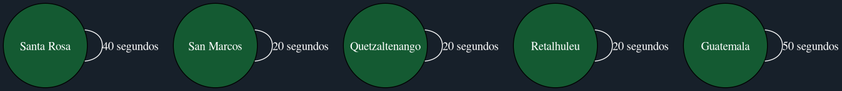
This is Rapidito/ruta_mas_larga.png from Marco131-xel/Edd_Proyecto2, a Graphviz export, as it was before one commit. Its source is kept beside it as Rapidito/ruta_mas_larga.dot. The source it was exported from:
```dot
graph Ruta {
  bgcolor="#17202a";
  node [style=filled, fillcolor="#145a32", fontcolor="white", shape=circle, width=1.4, fixedsize=true];
  edge [color="white", fontcolor="white"];
  "Santa Rosa" -- "Santa Rosa" [label="40 segundos"];
  "San Marcos" -- "San Marcos" [label="20 segundos"];
  "Quetzaltenango" -- "Quetzaltenango" [label="20 segundos"];
  "Retalhuleu" -- "Retalhuleu" [label="20 segundos"];
  "Guatemala" -- "Guatemala" [label="50 segundos"];
}
```
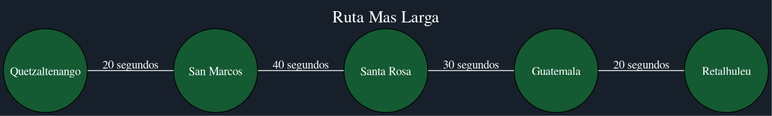
Above is the later version.

Change to the diagram source:
```diff
@@ -1,10 +1,23 @@
 graph Ruta {
+  label="Ruta Mas Larga";
+  labelloc="t";
+  fontsize=20;
+  fontcolor="white";
   bgcolor="#17202a";
   node [style=filled, fillcolor="#145a32", fontcolor="white", shape=circle, width=1.4, fixedsize=true];
   edge [color="white", fontcolor="white"];
-  "Santa Rosa" -- "Santa Rosa" [label="40 segundos"];
-  "San Marcos" -- "San Marcos" [label="20 segundos"];
-  "Quetzaltenango" -- "Quetzaltenango" [label="20 segundos"];
-  "Retalhuleu" -- "Retalhuleu" [label="20 segundos"];
-  "Guatemala" -- "Guatemala" [label="50 segundos"];
+  rankdir="LR";
+  "Quetzaltenango";
+  "Quetzaltenango";
+  "Quetzaltenango" -- "San Marcos" [label="20 segundos"];
+  "San Marcos";
+  "San Marcos";
+  "San Marcos" -- "Santa Rosa" [label="40 segundos"];
+  "Santa Rosa";
+  "Santa Rosa";
+  "Santa Rosa" -- "Guatemala" [label="30 segundos"];
+  "Guatemala";
+  "Guatemala";
+  "Guatemala" -- "Retalhuleu" [label="20 segundos"];
+  "Retalhuleu";
 }
```
